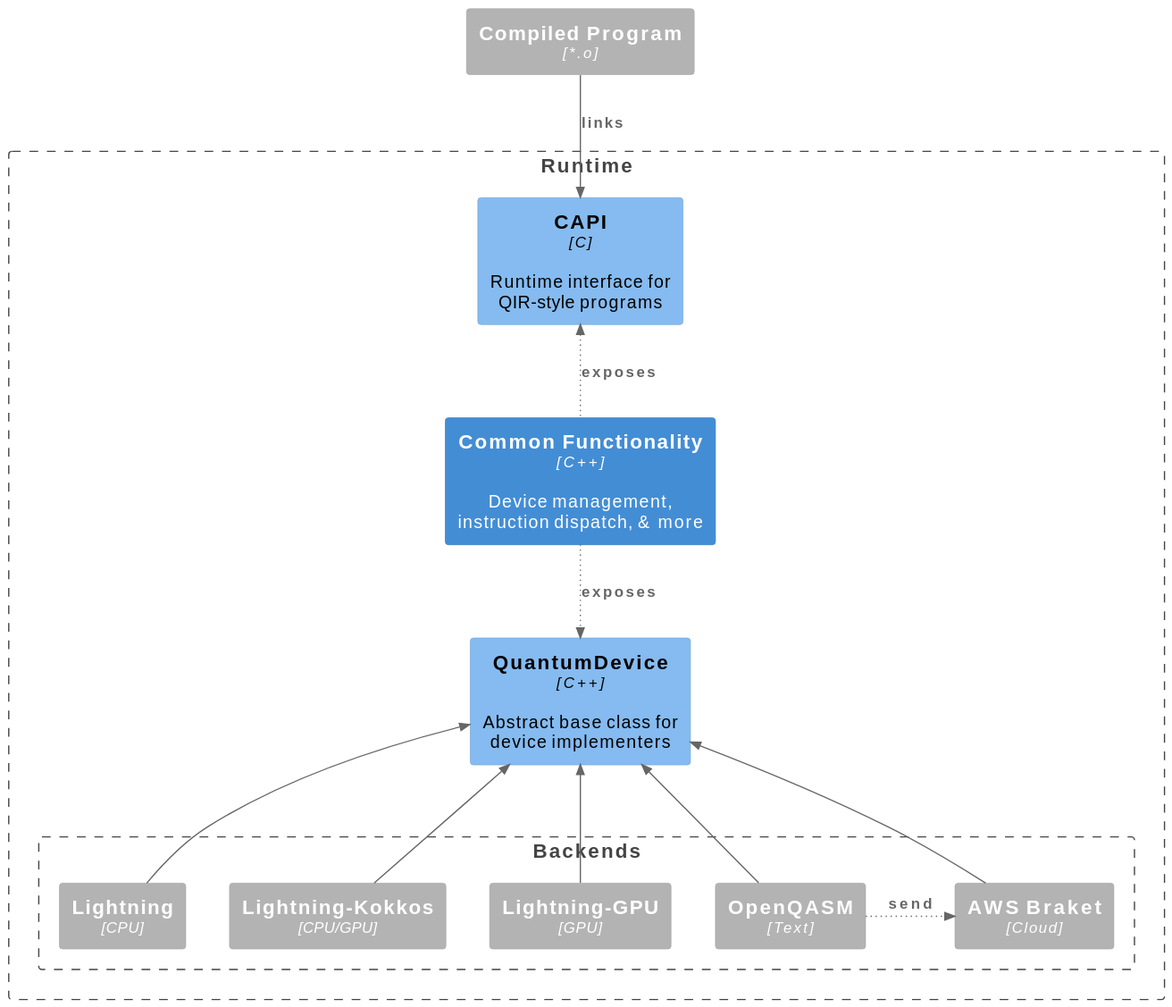
The PlantUML diagram doc/_static/arch/runtime.svg in PennyLaneAI/catalyst, before a commit. The source it was exported from:
```plantuml
@startuml
!include <C4/C4_Container.puml>
!include <C4/C4_Component>

!include common.iuml

HIDE_STEREOTYPE()

Container_Ext(_user_program_, "Compiled Program", "*.o")

Boundary(c1, "Runtime", $link="https://github.com/plantuml-stdlib/C4-PlantUML") {

  Component(_capi_, "CAPI", "C", "Runtime interface for QIR-style programs")

  Container(_runtime_, "Common Functionality", "C++", "Device management, instruction dispatch, & more")

  Component(_quantumdevice_, "QuantumDevice", "C++", "Abstract base class for device implementers")

  Boundary(c2, "Backends", $link="https://github.com/plantuml-stdlib/C4-PlantUML") {

    Container_Ext(_pl_lightning_, "Lightning", "CPU")

    Container_Ext(_pl_lightning_kokkos_, "Lightning-Kokkos", "CPU/GPU")

    Container_Ext(_pl_lightning_gpu_, "Lightning-GPU", "GPU")

    Container_Ext(_openqasm_, "OpenQASM", "Text")

    Container_Ext(_aws_braket_, "AWS Braket", "Cloud")
  }
}


Rel_D(_user_program_, _capi_, "links", $tags="implementation")

Rel_U(_runtime_, _capi_, "exposes", "", $tags="action")

Rel_D(_runtime_, _quantumdevice_, "exposes", "", $tags="action")

Rel_U(_pl_lightning_, _quantumdevice_, "", "", $tags="implementation")

_pl_lightning_ -[hidden]> _pl_lightning_kokkos_

Rel_U(_pl_lightning_kokkos_, _quantumdevice_, "", "", $tags="implementation")

_pl_lightning_kokkos_ -[hidden]> _pl_lightning_gpu_

Rel_U(_pl_lightning_gpu_, _quantumdevice_, "", "", $tags="implementation")

_pl_lightning_gpu_ -[hidden]> _openqasm_

Rel_U(_openqasm_, _quantumdevice_, "", "", $tags="implementation")

Rel_U(_aws_braket_, _quantumdevice_, "", "", $tags="implementation")

Rel_R(_openqasm_, _aws_braket_, "send", "", $tags="action")
@enduml
```
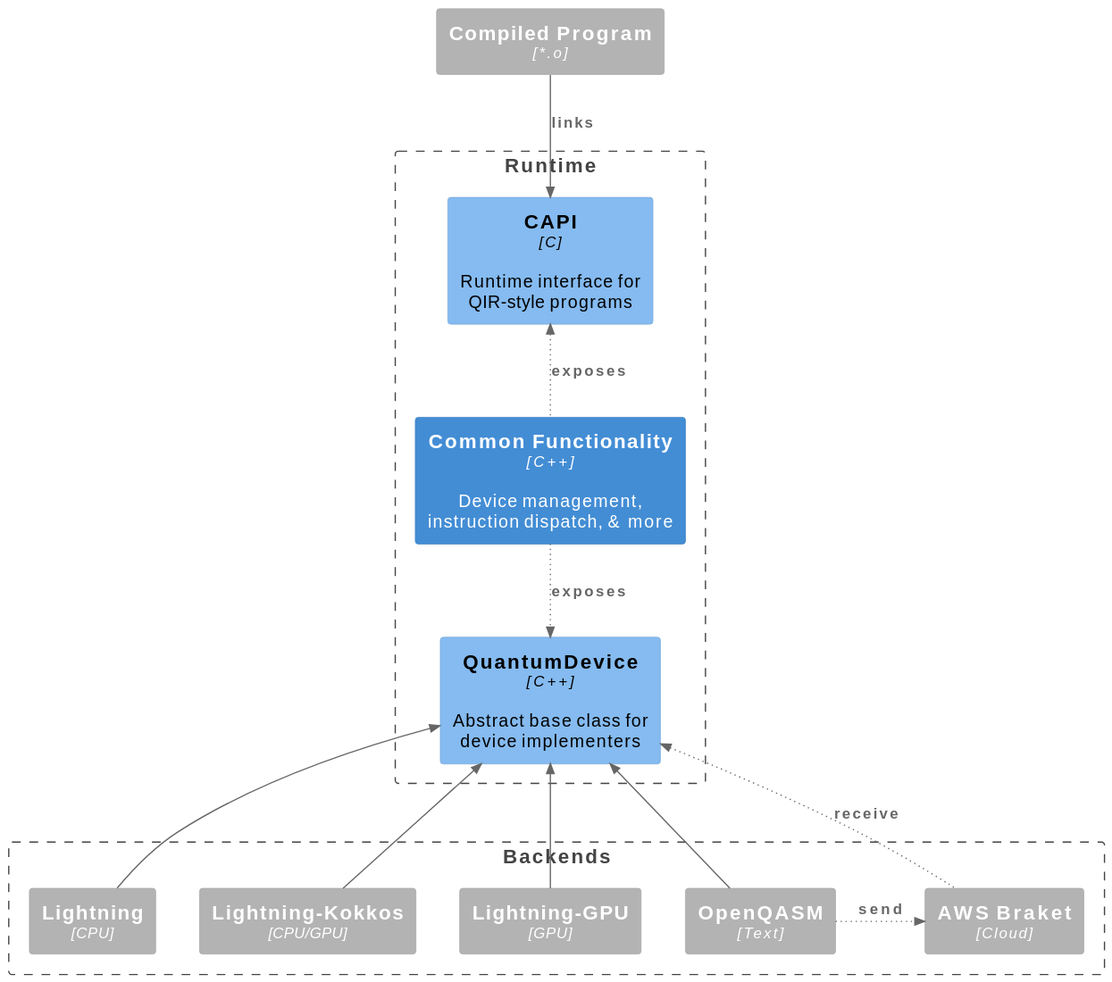
Above is the later version.

Commit message:
Update the runtime section with a small intro

What changed in the source:
```diff
@@ -15,21 +15,20 @@
   Container(_runtime_, "Common Functionality", "C++", "Device management, instruction dispatch, & more")
 
   Component(_quantumdevice_, "QuantumDevice", "C++", "Abstract base class for device implementers")
-
-  Boundary(c2, "Backends", $link="https://github.com/plantuml-stdlib/C4-PlantUML") {
-
-    Container_Ext(_pl_lightning_, "Lightning", "CPU")
-
-    Container_Ext(_pl_lightning_kokkos_, "Lightning-Kokkos", "CPU/GPU")
-
-    Container_Ext(_pl_lightning_gpu_, "Lightning-GPU", "GPU")
-
-    Container_Ext(_openqasm_, "OpenQASM", "Text")
-
-    Container_Ext(_aws_braket_, "AWS Braket", "Cloud")
-  }
 }
 
+Boundary(c2, "Backends", $link="https://github.com/plantuml-stdlib/C4-PlantUML") {
+
+  Container_Ext(_pl_lightning_, "Lightning", "CPU")
+
+  Container_Ext(_pl_lightning_kokkos_, "Lightning-Kokkos", "CPU/GPU")
+
+  Container_Ext(_pl_lightning_gpu_, "Lightning-GPU", "GPU")
+
+  Container_Ext(_openqasm_, "OpenQASM", "Text")
+
+  Container_Ext(_aws_braket_, "AWS Braket", "Cloud")
+}
 
 Rel_D(_user_program_, _capi_, "links", $tags="implementation")
 
@@ -51,7 +50,7 @@
 
 Rel_U(_openqasm_, _quantumdevice_, "", "", $tags="implementation")
 
-Rel_U(_aws_braket_, _quantumdevice_, "", "", $tags="implementation")
+Rel_U(_aws_braket_, _quantumdevice_, "receive", $tags="action")
 
 Rel_R(_openqasm_, _aws_braket_, "send", "", $tags="action")
 @enduml
```
